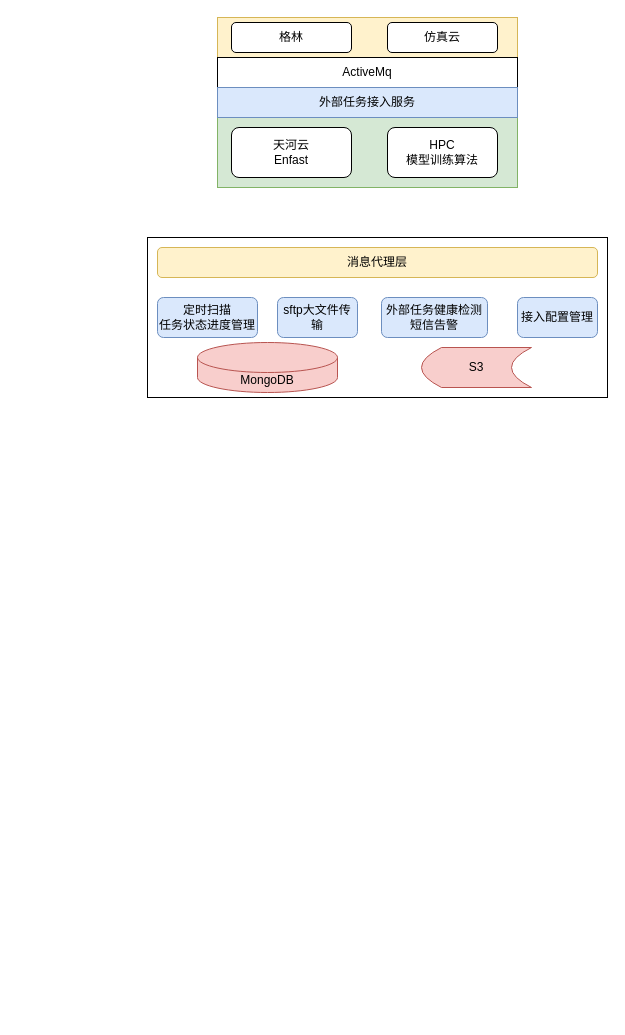
Earlier version of the draw.io diagram externalTask.drawio (tonyleifang/tony). Source tidied: cells renumbered, new cells numbered last; positions are measured from the earlier drawing's top-left corner, leaving out a move shared by most shapes. Both pictures are drawn from the tidied source at 100%, with x=0, y=0 at pixel (147, 17).
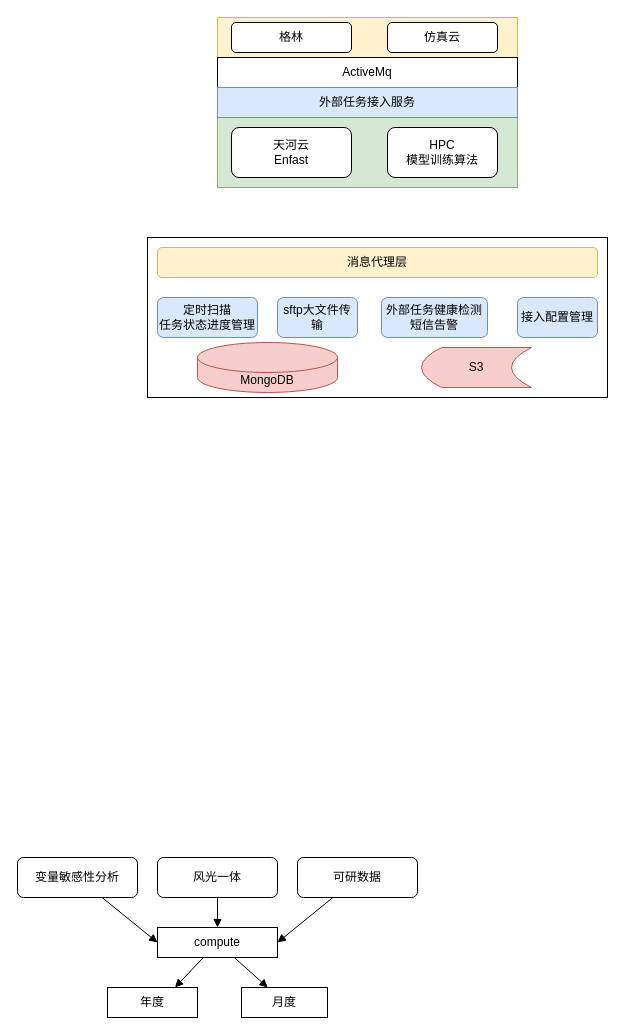
The same diagram, later.

Diff of the diagram source:
```diff
@@
+    <mxCell id="18" style="rounded=0;jettySize=auto;html=1;endArrow=block;endFill=1;entryX=0;entryY=0.5;entryDx=0;entryDy=0;" parent="1" edge="1" source="19" target="24">
+      <mxGeometry relative="1" as="geometry" />
+    </mxCell>
+    <mxCell id="19" value="变量敏感性分析" style="rounded=1;whiteSpace=wrap;html=1;" parent="1" vertex="1">
+      <mxGeometry x="-130" y="840" width="120" height="40" as="geometry" />
+    </mxCell>
+    <mxCell id="20" style="edgeStyle=none;jettySize=auto;html=1;endArrow=block;endFill=1;" parent="1" edge="1" source="21" target="24">
+      <mxGeometry relative="1" as="geometry" />
+    </mxCell>
+    <mxCell id="21" value="风光一体" style="rounded=1;whiteSpace=wrap;html=1;" parent="1" vertex="1">
+      <mxGeometry x="10" y="840" width="120" height="40" as="geometry" />
+    </mxCell>
+    <mxCell id="22" style="edgeStyle=none;jettySize=auto;html=1;endArrow=block;endFill=1;" parent="1" edge="1" source="24" target="26">
+      <mxGeometry relative="1" as="geometry" />
+    </mxCell>
+    <mxCell id="23" style="edgeStyle=none;jettySize=auto;html=1;endArrow=block;endFill=1;entryX=0.75;entryY=0;entryDx=0;entryDy=0;" parent="1" edge="1" source="24" target="25">
+      <mxGeometry relative="1" as="geometry" />
+    </mxCell>
+    <mxCell id="24" value="compute" style="rounded=0;whiteSpace=wrap;html=1;" parent="1" vertex="1">
+      <mxGeometry x="10" y="910" width="120" height="30" as="geometry" />
+    </mxCell>
+    <mxCell id="25" value="年度" style="rounded=0;whiteSpace=wrap;html=1;" parent="1" vertex="1">
+      <mxGeometry x="-40" y="970" width="90" height="30" as="geometry" />
+    </mxCell>
+    <mxCell id="26" value="月度" style="rounded=0;whiteSpace=wrap;html=1;" parent="1" vertex="1">
+      <mxGeometry x="94" y="970" width="86" height="30" as="geometry" />
+    </mxCell>
+    <mxCell id="27" style="edgeStyle=none;jettySize=auto;html=1;endArrow=block;endFill=1;entryX=1;entryY=0.5;entryDx=0;entryDy=0;" parent="1" edge="1" source="28" target="24">
+      <mxGeometry relative="1" as="geometry" />
+    </mxCell>
+    <mxCell id="28" value="可研数据" style="rounded=1;whiteSpace=wrap;html=1;" parent="1" vertex="1">
+      <mxGeometry x="150" y="840" width="120" height="40" as="geometry" />
+    </mxCell>
```
